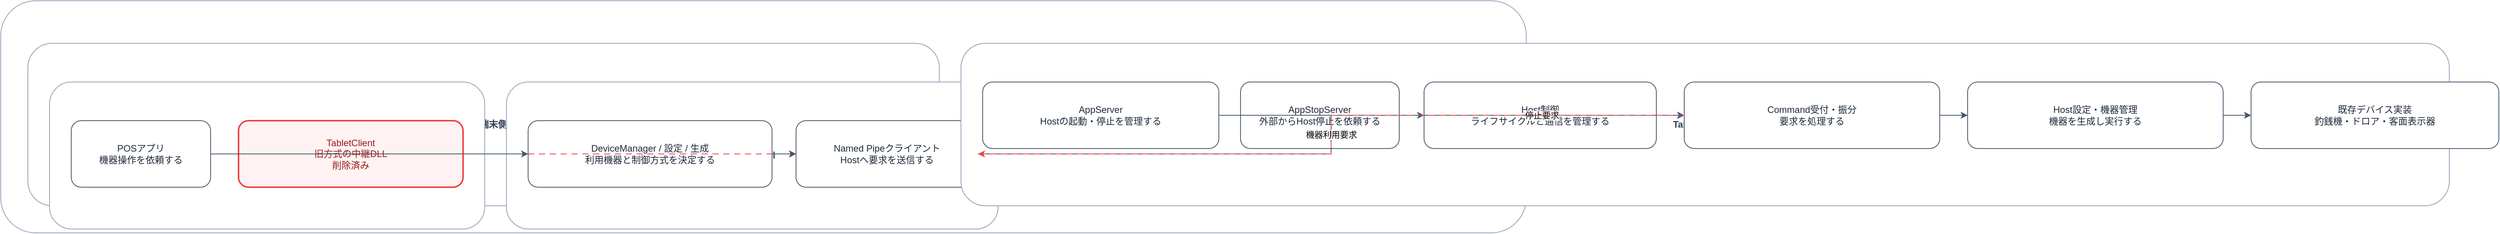
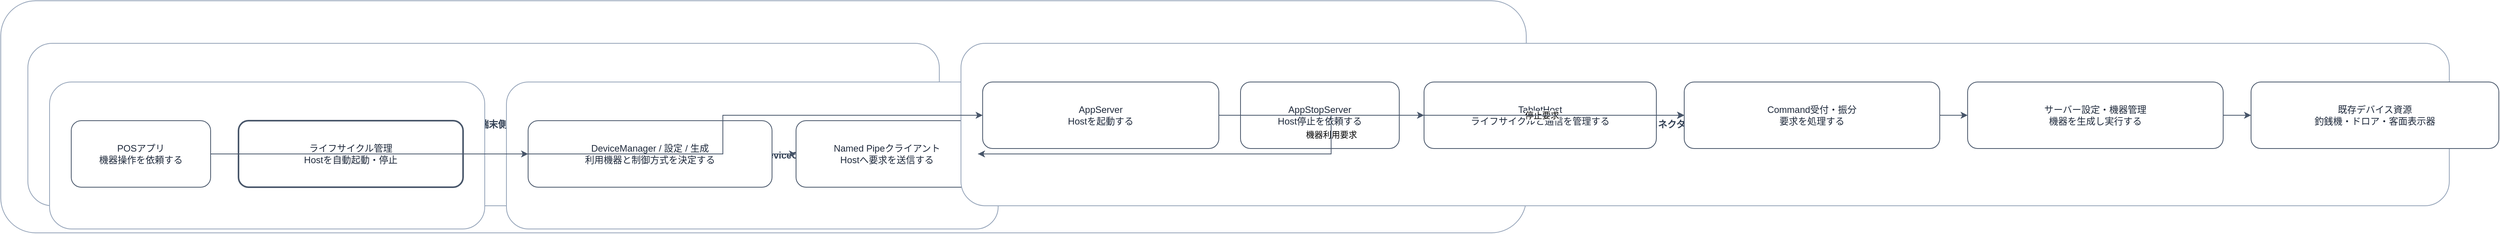
<mxfile host="Drawpyo" modified="2026-06-23T14:05:48" agent="Python 3.13, Drawpyo 0.23" version="21.6.5" type="device">
  <diagram name="Page-1" id="4361768304">
    <mxGraphModel dx="2037" dy="830" grid="1" gridSize="10" guides="1" toolTips="1" connect="1" arrows="1" fold="1" page="1" pageScale="1" pageWidth="850" pageHeight="1100" math="0" shadow="0">
      <root>
        <mxCell id="0" />
        <mxCell id="1" parent="0" />
        <mxCell id="architecture" value="ARCH-01" style="rounded=1;whiteSpace=wrap;html=1;fontSize=12;fontStyle=1;fontColor=#334155;fillColor=#FFFFFF;strokeColor=#94A3B8;container=1;recursiveResize=0;collapsible=0;" vertex="1" parent="1">
  <mxGeometry x="60" y="60" width="1970" height="300" as="geometry" />
</mxCell>
        <mxCell id="terminal" value="POS端末側" style="rounded=1;whiteSpace=wrap;html=1;fontSize=12;fontStyle=1;fontColor=#334155;fillColor=#FFFFFF;strokeColor=#94A3B8;container=1;recursiveResize=0;collapsible=0;" vertex="1" parent="architecture">
  <mxGeometry x="35" y="55" width="1177" height="210" as="geometry" />
</mxCell>
        <mxCell id="app" value="App" style="rounded=1;whiteSpace=wrap;html=1;fontSize=12;fontStyle=1;fontColor=#334155;fillColor=#FFFFFF;strokeColor=#94A3B8;container=1;recursiveResize=0;collapsible=0;" vertex="1" parent="terminal">
  <mxGeometry x="28" y="50" width="562" height="190" as="geometry" />
</mxCell>
        <mxCell id="pos_app" value="POSアプリ&lt;br&gt;機器操作を依頼する" style="rounded=1;whiteSpace=wrap;html=1;fontSize=12;fontStyle=0;fontColor=#1E293B;fillColor=#FFFFFF;strokeColor=#475569;" vertex="1" parent="app">
  <mxGeometry x="28" y="50" width="180" height="86" as="geometry" />
</mxCell>
-         <mxCell id="tabletclient_removed" value="TabletClient&lt;br&gt;旧方式の中継DLL&lt;br&gt;削除済み" style="rounded=1;whiteSpace=wrap;html=1;fontSize=12;fontStyle=0;fontColor=#991B1B;fillColor=#FEF2F2;strokeColor=#EF4444;strokeWidth=2;" vertex="1" parent="app">
+         <mxCell id="tabletclient_removed" value="ライフサイクル管理&lt;br&gt;Hostを自動起動・停止" style="rounded=1;whiteSpace=wrap;html=1;fontSize=12;fontStyle=0;fontColor=#1E293B;fillColor=#FFFFFF;strokeColor=#475569;strokeWidth=2;" vertex="1" parent="app">
  <mxGeometry x="244" y="50" width="290" height="86" as="geometry" />
</mxCell>
-         <mxCell id="device_ctrl" value="DeviceCtrl" style="rounded=1;whiteSpace=wrap;html=1;fontSize=12;fontStyle=1;fontColor=#334155;fillColor=#FFFFFF;strokeColor=#94A3B8;container=1;recursiveResize=0;collapsible=0;" vertex="1" parent="terminal">
+         <mxCell id="device_ctrl" value="デバイス制御層（DeviceCtrl）" style="rounded=1;whiteSpace=wrap;html=1;fontSize=12;fontStyle=1;fontColor=#334155;fillColor=#FFFFFF;strokeColor=#94A3B8;container=1;recursiveResize=0;collapsible=0;" vertex="1" parent="terminal">
  <mxGeometry x="618" y="50" width="635" height="190" as="geometry" />
</mxCell>
        <mxCell id="device_setup" value="DeviceManager / 設定 / 生成&lt;br&gt;利用機器と制御方式を決定する" style="rounded=1;whiteSpace=wrap;html=1;fontSize=12;fontStyle=0;fontColor=#1E293B;fillColor=#FFFFFF;strokeColor=#475569;" vertex="1" parent="device_ctrl">
  <mxGeometry x="28" y="50" width="315" height="86" as="geometry" />
</mxCell>
        <mxCell id="namedpipe_client" value="Named Pipeクライアント&lt;br&gt;Hostへ要求を送信する" style="rounded=1;whiteSpace=wrap;html=1;fontSize=12;fontStyle=0;fontColor=#1E293B;fillColor=#FFFFFF;strokeColor=#475569;" vertex="1" parent="device_ctrl">
  <mxGeometry x="374" y="50" width="235" height="86" as="geometry" />
</mxCell>
-         <mxCell id="host" value="TabetPos.Host" style="rounded=1;whiteSpace=wrap;html=1;fontSize=12;fontStyle=1;fontColor=#334155;fillColor=#FFFFFF;strokeColor=#94A3B8;container=1;recursiveResize=0;collapsible=0;" vertex="1" parent="architecture">
+         <mxCell id="host" value="コネクタサーバー（Host）" style="rounded=1;whiteSpace=wrap;html=1;fontSize=12;fontStyle=1;fontColor=#334155;fillColor=#FFFFFF;strokeColor=#94A3B8;container=1;recursiveResize=0;collapsible=0;" vertex="1" parent="architecture">
  <mxGeometry x="1240" y="55" width="1922" height="210" as="geometry" />
</mxCell>
-         <mxCell id="app_server" value="AppServer&lt;br&gt;Hostの起動・停止を管理する" style="rounded=1;whiteSpace=wrap;html=1;fontSize=12;fontStyle=0;fontColor=#1E293B;fillColor=#FFFFFF;strokeColor=#475569;" vertex="1" parent="host">
+         <mxCell id="app_server" value="AppServer&lt;br&gt;Hostを起動する" style="rounded=1;whiteSpace=wrap;html=1;fontSize=12;fontStyle=0;fontColor=#1E293B;fillColor=#FFFFFF;strokeColor=#475569;" vertex="1" parent="host">
  <mxGeometry x="28" y="50" width="305" height="86" as="geometry" />
</mxCell>
-         <mxCell id="app_stop" value="AppStopServer&lt;br&gt;外部からHost停止を依頼する" style="rounded=1;whiteSpace=wrap;html=1;fontSize=12;fontStyle=0;fontColor=#1E293B;fillColor=#FFFFFF;strokeColor=#475569;" vertex="1" parent="host">
+         <mxCell id="app_stop" value="AppStopServer&lt;br&gt;Host停止を依頼する" style="rounded=1;whiteSpace=wrap;html=1;fontSize=12;fontStyle=0;fontColor=#1E293B;fillColor=#FFFFFF;strokeColor=#475569;" vertex="1" parent="host">
  <mxGeometry x="361" y="50" width="205" height="86" as="geometry" />
</mxCell>
-         <mxCell id="tablethost" value="Host制御&lt;br&gt;ライフサイクルと通信を管理する" style="rounded=1;whiteSpace=wrap;html=1;fontSize=12;fontStyle=0;fontColor=#1E293B;fillColor=#FFFFFF;strokeColor=#475569;" vertex="1" parent="host">
+         <mxCell id="tablethost" value="TabletHost&lt;br&gt;ライフサイクルと通信を管理する" style="rounded=1;whiteSpace=wrap;html=1;fontSize=12;fontStyle=0;fontColor=#1E293B;fillColor=#FFFFFF;strokeColor=#475569;" vertex="1" parent="host">
  <mxGeometry x="598" y="50" width="300" height="86" as="geometry" />
</mxCell>
        <mxCell id="command_flow" value="Command受付・振分&lt;br&gt;要求を処理する" style="rounded=1;whiteSpace=wrap;html=1;fontSize=12;fontStyle=0;fontColor=#1E293B;fillColor=#FFFFFF;strokeColor=#475569;" vertex="1" parent="host">
  <mxGeometry x="934" y="50" width="330" height="86" as="geometry" />
</mxCell>
-         <mxCell id="device_runtime" value="Host設定・機器管理&lt;br&gt;機器を生成し実行する" style="rounded=1;whiteSpace=wrap;html=1;fontSize=12;fontStyle=0;fontColor=#1E293B;fillColor=#FFFFFF;strokeColor=#475569;" vertex="1" parent="host">
+         <mxCell id="device_runtime" value="サーバー設定・機器管理&lt;br&gt;機器を生成し実行する" style="rounded=1;whiteSpace=wrap;html=1;fontSize=12;fontStyle=0;fontColor=#1E293B;fillColor=#FFFFFF;strokeColor=#475569;" vertex="1" parent="host">
  <mxGeometry x="1300" y="50" width="330" height="86" as="geometry" />
</mxCell>
-         <mxCell id="legacy_devices" value="既存デバイス実装&lt;br&gt;釣銭機・ドロア・客面表示器" style="rounded=1;whiteSpace=wrap;html=1;fontSize=12;fontStyle=0;fontColor=#1E293B;fillColor=#FFFFFF;strokeColor=#475569;" vertex="1" parent="host">
+         <mxCell id="legacy_devices" value="既存デバイス資源&lt;br&gt;釣銭機・ドロア・客面表示器" style="rounded=1;whiteSpace=wrap;html=1;fontSize=12;fontStyle=0;fontColor=#1E293B;fillColor=#FFFFFF;strokeColor=#475569;" vertex="1" parent="host">
  <mxGeometry x="1666" y="50" width="320" height="86" as="geometry" />
</mxCell>
-         <mxCell id="edge_1_tabletclient_removed_namedpipe_client" style="edgeStyle=orthogonalEdgeStyle;rounded=0;orthogonalLoop=1;jettySize=auto;html=1;endArrow=classic;strokeColor=#EF4444;strokeWidth=1;dashed=1;dashPattern=8 6;fontColor=#991B1B;" edge="1" parent="1" source="tabletclient_removed" target="namedpipe_client">
+         <mxCell id="edge_1_lifecycle_appserver" style="edgeStyle=orthogonalEdgeStyle;rounded=0;orthogonalLoop=1;jettySize=auto;html=1;endArrow=classic;strokeColor=#475569;strokeWidth=1;fontColor=#475569;fontSize=11;labelBackgroundColor=#ffffff;" edge="1" parent="1" source="tabletclient_removed" target="app_server">
  <mxGeometry relative="1" as="geometry" />
</mxCell>
        <mxCell id="edge_2_app_server_tablethost" style="edgeStyle=orthogonalEdgeStyle;rounded=0;orthogonalLoop=1;jettySize=auto;html=1;endArrow=classic;strokeColor=#475569;strokeWidth=1;" edge="1" parent="1" source="app_server" target="tablethost">
  <mxGeometry relative="1" as="geometry" />
</mxCell>
        <mxCell id="edge_3_app_stop_command_flow" style="edgeStyle=orthogonalEdgeStyle;rounded=0;orthogonalLoop=1;jettySize=auto;html=1;endArrow=classic;strokeColor=#475569;strokeWidth=1;fontSize=11;labelBackgroundColor=#ffffff;" edge="1" parent="1" source="app_stop" target="command_flow" value="停止要求">
  <mxGeometry relative="1" as="geometry" />
</mxCell>
        <mxCell id="edge_4_tablethost_command_flow" style="edgeStyle=orthogonalEdgeStyle;rounded=0;orthogonalLoop=1;jettySize=auto;html=1;endArrow=classic;strokeColor=#475569;strokeWidth=1;" edge="1" parent="1" source="tablethost" target="command_flow">
  <mxGeometry relative="1" as="geometry" />
</mxCell>
        <mxCell id="edge_5_command_flow_device_runtime" style="edgeStyle=orthogonalEdgeStyle;rounded=0;orthogonalLoop=1;jettySize=auto;html=1;endArrow=classic;strokeColor=#475569;strokeWidth=1;" edge="1" parent="1" source="command_flow" target="device_runtime">
  <mxGeometry relative="1" as="geometry" />
</mxCell>
        <mxCell id="edge_6_device_runtime_legacy_devices" style="edgeStyle=orthogonalEdgeStyle;rounded=0;orthogonalLoop=1;jettySize=auto;html=1;endArrow=classic;strokeColor=#475569;strokeWidth=1;" edge="1" parent="1" source="device_runtime" target="legacy_devices">
  <mxGeometry relative="1" as="geometry" />
</mxCell>
        <mxCell id="edge_7_pos_app_device_setup" style="edgeStyle=orthogonalEdgeStyle;rounded=0;orthogonalLoop=1;jettySize=auto;html=1;endArrow=classic;strokeColor=#475569;strokeWidth=1;" edge="1" parent="1" source="pos_app" target="device_setup">
  <mxGeometry relative="1" as="geometry" />
</mxCell>
        <mxCell id="edge_8_device_setup_namedpipe_client" style="edgeStyle=orthogonalEdgeStyle;rounded=0;orthogonalLoop=1;jettySize=auto;html=1;endArrow=classic;strokeColor=#475569;strokeWidth=1;" edge="1" parent="1" source="device_setup" target="namedpipe_client">
  <mxGeometry relative="1" as="geometry" />
</mxCell>
        <mxCell id="edge_9_namedpipe_client_command_flow" style="edgeStyle=orthogonalEdgeStyle;rounded=0;orthogonalLoop=1;jettySize=auto;html=1;endArrow=classic;strokeColor=#475569;strokeWidth=1;fontSize=11;labelBackgroundColor=#ffffff;" edge="1" parent="1" source="namedpipe_client" target="command_flow" value="機器利用要求">
  <mxGeometry relative="1" as="geometry" />
</mxCell>
-         <mxCell id="edge_10_command_flow_namedpipe_client" style="edgeStyle=orthogonalEdgeStyle;rounded=0;orthogonalLoop=1;jettySize=auto;html=1;endArrow=classic;strokeColor=#EF4444;strokeWidth=1;dashed=1;dashPattern=8 6;fontColor=#991B1B;" edge="1" parent="1" source="command_flow" target="namedpipe_client">
+         <mxCell id="edge_10_command_flow_namedpipe_client" style="edgeStyle=orthogonalEdgeStyle;rounded=0;orthogonalLoop=1;jettySize=auto;html=1;endArrow=classic;strokeColor=#475569;strokeWidth=1;fontColor=#475569;fontSize=11;labelBackgroundColor=#ffffff;" edge="1" parent="1" source="command_flow" target="namedpipe_client">
  <mxGeometry relative="1" as="geometry" />
</mxCell>
      </root>
    </mxGraphModel>
  </diagram>
</mxfile>
